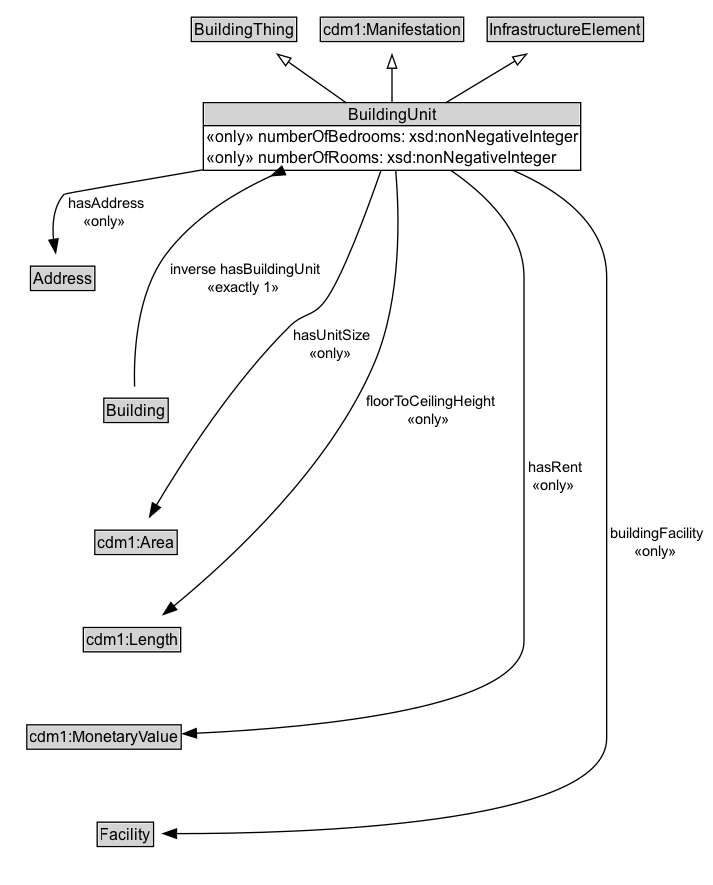
Earlier version of the Graphviz export docs/diagrams/BuildingUnit.dot.png (ISO-TC204/ontology-cdm-p2-v1). Its source is kept beside it as docs/diagrams/BuildingUnit.dot.
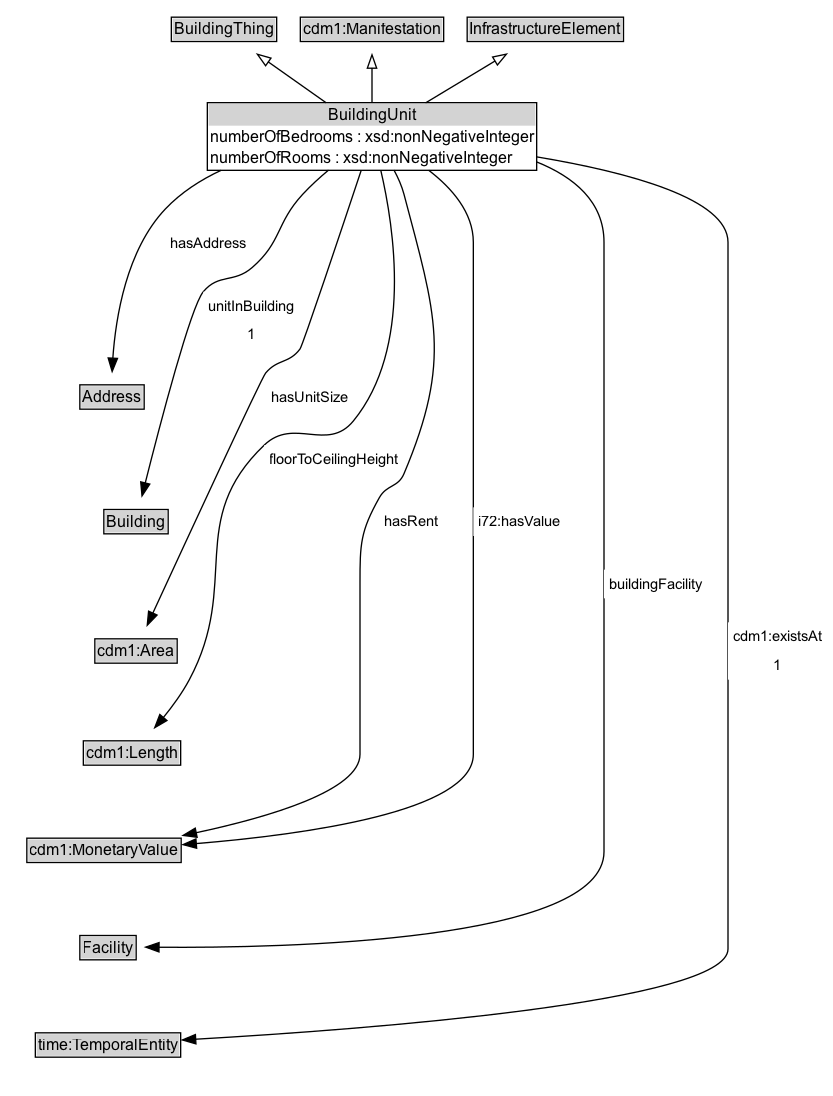
After the commit.

What changed in the source:
```diff
@@ -3,24 +3,28 @@
 	node [fontname=Arial fontsize=12 margin=0 shape=none]
 	edge [fontname=Arial fontsize=11]
 	{
+		rank=source
+		BuildingThing [label=<<TABLE BORDER="1" CELLBORDER="0" CELLSPACING="0" CELLPADDING="1"><TR><TD BGCOLOR="lightgray" ALIGN="CENTER">BuildingThing</TD></TR></TABLE>> URL="../BuildingThing" margin=0]
+		cdm1_Manifestation [label=<<TABLE BORDER="1" CELLBORDER="0" CELLSPACING="0" CELLPADDING="1"><TR><TD BGCOLOR="lightgray" ALIGN="CENTER">cdm1:Manifestation</TD></TR></TABLE>> URL="https://w3id.org/citydata/part1/v1/Manifestation" margin=0]
+		InfrastructureElement [label=<<TABLE BORDER="1" CELLBORDER="0" CELLSPACING="0" CELLPADDING="1"><TR><TD BGCOLOR="lightgray" ALIGN="CENTER">InfrastructureElement</TD></TR></TABLE>> URL="../InfrastructureElement" margin=0]
+	}
+	BuildingUnit [label=<<TABLE BORDER="1" CELLBORDER="0" CELLSPACING="0" CELLPADDING="1"><TR><TD BGCOLOR="lightgray" ALIGN="CENTER">BuildingUnit</TD></TR><TR><TD ALIGN="LEFT">numberOfBedrooms : xsd:nonNegativeInteger</TD></TR><TR><TD ALIGN="LEFT">numberOfRooms : xsd:nonNegativeInteger</TD></TR></TABLE>> URL="../BuildingUnit" margin=0]
+	{
 		rank=max
-		BuildingUnit [label=<<TABLE BORDER="1" CELLBORDER="0" CELLSPACING="0" CELLPADDING="1"><TR><TD BGCOLOR="lightgray" ALIGN="CENTER" PORT="e">BuildingUnit</TD></TR><HR/><TR><TD ALIGN="LEFT">«only» numberOfBedrooms: xsd:nonNegativeInteger</TD></TR><TR><TD ALIGN="LEFT">«only» numberOfRooms: xsd:nonNegativeInteger</TD></TR></TABLE>> URL="../BuildingUnit.md" margin=0]
 	}
 	subgraph cluster_associated {
 		label="" style=invis
 		Invis [label=<<TABLE BORDER="0" CELLBORDER="0" CELLSPACING="0" CELLPADDING="1"><TR><TD></TD></TR></TABLE>> margin=0 style=invis]
-		Address [label=<<TABLE BORDER="1" CELLBORDER="0" CELLSPACING="0" CELLPADDING="1"><TR><TD BGCOLOR="lightgray" ALIGN="CENTER">Address</TD></TR></TABLE>> URL="../Address.md" margin=0]
-		Building [label=<<TABLE BORDER="1" CELLBORDER="0" CELLSPACING="0" CELLPADDING="1"><TR><TD BGCOLOR="lightgray" ALIGN="CENTER">Building</TD></TR></TABLE>> URL="../Building.md" margin=0]
-		cdm1_Area [label=<<TABLE BORDER="1" CELLBORDER="0" CELLSPACING="0" CELLPADDING="1"><TR><TD BGCOLOR="lightgray" ALIGN="CENTER">cdm1:Area</TD></TR></TABLE>> margin=0]
-		cdm1_Length [label=<<TABLE BORDER="1" CELLBORDER="0" CELLSPACING="0" CELLPADDING="1"><TR><TD BGCOLOR="lightgray" ALIGN="CENTER">cdm1:Length</TD></TR></TABLE>> margin=0]
-		cdm1_MonetaryValue [label=<<TABLE BORDER="1" CELLBORDER="0" CELLSPACING="0" CELLPADDING="1"><TR><TD BGCOLOR="lightgray" ALIGN="CENTER">cdm1:MonetaryValue</TD></TR></TABLE>> margin=0]
-		Facility [label=<<TABLE BORDER="1" CELLBORDER="0" CELLSPACING="0" CELLPADDING="1"><TR><TD BGCOLOR="lightgray" ALIGN="CENTER">Facility</TD></TR></TABLE>> URL="../Facility.md" margin=0]
+		Address [label=<<TABLE BORDER="1" CELLBORDER="0" CELLSPACING="0" CELLPADDING="1"><TR><TD BGCOLOR="lightgray" ALIGN="CENTER">Address</TD></TR></TABLE>> URL="../Address" margin=0]
+		Building [label=<<TABLE BORDER="1" CELLBORDER="0" CELLSPACING="0" CELLPADDING="1"><TR><TD BGCOLOR="lightgray" ALIGN="CENTER">Building</TD></TR></TABLE>> URL="../Building" margin=0]
+		cdm1_Area [label=<<TABLE BORDER="1" CELLBORDER="0" CELLSPACING="0" CELLPADDING="1"><TR><TD BGCOLOR="lightgray" ALIGN="CENTER">cdm1:Area</TD></TR></TABLE>> URL="https://w3id.org/citydata/part1/v1/Area" margin=0]
+		cdm1_Length [label=<<TABLE BORDER="1" CELLBORDER="0" CELLSPACING="0" CELLPADDING="1"><TR><TD BGCOLOR="lightgray" ALIGN="CENTER">cdm1:Length</TD></TR></TABLE>> URL="https://w3id.org/citydata/part1/v1/Length" margin=0]
+		cdm1_MonetaryValue [label=<<TABLE BORDER="1" CELLBORDER="0" CELLSPACING="0" CELLPADDING="1"><TR><TD BGCOLOR="lightgray" ALIGN="CENTER">cdm1:MonetaryValue</TD></TR></TABLE>> URL="https://w3id.org/citydata/part1/v1/MonetaryValue" margin=0]
+		Facility [label=<<TABLE BORDER="1" CELLBORDER="0" CELLSPACING="0" CELLPADDING="1"><TR><TD BGCOLOR="lightgray" ALIGN="CENTER">Facility</TD></TR></TABLE>> URL="../Facility" margin=0]
+		time_TemporalEntity [label=<<TABLE BORDER="1" CELLBORDER="0" CELLSPACING="0" CELLPADDING="1"><TR><TD BGCOLOR="lightgray" ALIGN="CENTER">time:TemporalEntity</TD></TR></TABLE>> URL="https://w3id.org/citydata/imported/time/latest/TemporalEntity" margin=0]
 	}
-	BuildingThing [label=<<TABLE BORDER="1" CELLBORDER="0" CELLSPACING="0" CELLPADDING="1"><TR><TD BGCOLOR="lightgray" ALIGN="CENTER">BuildingThing</TD></TR></TABLE>> URL="../BuildingThing.md" margin=0]
 	BuildingUnit -> BuildingThing [arrowhead=onormal style=solid]
-	cdm1_Manifestation [label=<<TABLE BORDER="1" CELLBORDER="0" CELLSPACING="0" CELLPADDING="1"><TR><TD BGCOLOR="lightgray" ALIGN="CENTER">cdm1:Manifestation</TD></TR></TABLE>> margin=0]
 	BuildingUnit -> cdm1_Manifestation [arrowhead=onormal style=solid]
-	InfrastructureElement [label=<<TABLE BORDER="1" CELLBORDER="0" CELLSPACING="0" CELLPADDING="1"><TR><TD BGCOLOR="lightgray" ALIGN="CENTER">InfrastructureElement</TD></TR></TABLE>> URL="../InfrastructureElement.md" margin=0]
 	BuildingUnit -> InfrastructureElement [arrowhead=onormal style=solid]
 	BuildingUnit -> Invis [style=invis]
 	Invis -> Address [style=invis]
@@ -29,16 +33,20 @@
 	cdm1_Area -> cdm1_Length [style=invis]
 	cdm1_Length -> cdm1_MonetaryValue [style=invis]
 	cdm1_MonetaryValue -> Facility [style=invis]
-	BuildingUnit -> Facility [label=" buildingFacility
- «only»  " arrowhead=normal style=solid]
-	BuildingUnit -> cdm1_Length [label=" floorToCeilingHeight
- «only»  " arrowhead=normal style=solid]
-	BuildingUnit -> cdm1_MonetaryValue [label=" hasRent
- «only»  " arrowhead=normal style=solid]
-	BuildingUnit -> cdm1_Area [label=" hasUnitSize
- «only»  " arrowhead=normal style=solid]
-	BuildingUnit -> Address [label=" hasAddress
- «only»  " arrowhead=normal style=solid]
-	Building -> BuildingUnit [label=" inverse hasBuildingUnit
- «exactly 1»  " arrowhead=inv style=solid]
+	Facility -> time_TemporalEntity [style=invis]
+	time_TemporalEntity [label=<<TABLE BORDER="1" CELLBORDER="0" CELLSPACING="0" CELLPADDING="1"><TR><TD BGCOLOR="lightgray" ALIGN="CENTER">time:TemporalEntity</TD></TR></TABLE>> URL="https://w3id.org/citydata/imported/time/latest/TemporalEntity" margin=0]
+	BuildingUnit -> time_TemporalEntity [label=<<TABLE BORDER="0" CELLBORDER="0" CELLSPACING="0" CELLPADDING="4" BGCOLOR="white"><TR><TD ALIGN="CENTER">cdm1:existsAt</TD></TR><TR><TD ALIGN="CENTER">1</TD></TR></TABLE>> arrowhead=normal style=solid]
+	cdm1_MonetaryValue [label=<<TABLE BORDER="1" CELLBORDER="0" CELLSPACING="0" CELLPADDING="1"><TR><TD BGCOLOR="lightgray" ALIGN="CENTER">cdm1:MonetaryValue</TD></TR></TABLE>> URL="https://w3id.org/citydata/part1/v1/MonetaryValue" margin=0]
+	BuildingUnit -> cdm1_MonetaryValue [label=<<TABLE BORDER="0" CELLBORDER="0" CELLSPACING="0" CELLPADDING="4" BGCOLOR="white"><TR><TD ALIGN="CENTER">hasRent</TD></TR></TABLE>> arrowhead=normal style=solid]
+	Building [label=<<TABLE BORDER="1" CELLBORDER="0" CELLSPACING="0" CELLPADDING="1"><TR><TD BGCOLOR="lightgray" ALIGN="CENTER">Building</TD></TR></TABLE>> URL="../Building" margin=0]
+	BuildingUnit -> Building [label=<<TABLE BORDER="0" CELLBORDER="0" CELLSPACING="0" CELLPADDING="4" BGCOLOR="white"><TR><TD ALIGN="CENTER">unitInBuilding</TD></TR><TR><TD ALIGN="CENTER">1</TD></TR></TABLE>> arrowhead=normal style=solid]
+	Address [label=<<TABLE BORDER="1" CELLBORDER="0" CELLSPACING="0" CELLPADDING="1"><TR><TD BGCOLOR="lightgray" ALIGN="CENTER">Address</TD></TR></TABLE>> URL="../Address" margin=0]
+	BuildingUnit -> Address [label=<<TABLE BORDER="0" CELLBORDER="0" CELLSPACING="0" CELLPADDING="4" BGCOLOR="white"><TR><TD ALIGN="CENTER">hasAddress</TD></TR></TABLE>> arrowhead=normal style=solid]
+	cdm1_Length [label=<<TABLE BORDER="1" CELLBORDER="0" CELLSPACING="0" CELLPADDING="1"><TR><TD BGCOLOR="lightgray" ALIGN="CENTER">cdm1:Length</TD></TR></TABLE>> URL="https://w3id.org/citydata/part1/v1/Length" margin=0]
+	BuildingUnit -> cdm1_Length [label=<<TABLE BORDER="0" CELLBORDER="0" CELLSPACING="0" CELLPADDING="4" BGCOLOR="white"><TR><TD ALIGN="CENTER">floorToCeilingHeight</TD></TR></TABLE>> arrowhead=normal style=solid]
+	cdm1_Area [label=<<TABLE BORDER="1" CELLBORDER="0" CELLSPACING="0" CELLPADDING="1"><TR><TD BGCOLOR="lightgray" ALIGN="CENTER">cdm1:Area</TD></TR></TABLE>> URL="https://w3id.org/citydata/part1/v1/Area" margin=0]
+	BuildingUnit -> cdm1_Area [label=<<TABLE BORDER="0" CELLBORDER="0" CELLSPACING="0" CELLPADDING="4" BGCOLOR="white"><TR><TD ALIGN="CENTER">hasUnitSize</TD></TR></TABLE>> arrowhead=normal style=solid]
+	Facility [label=<<TABLE BORDER="1" CELLBORDER="0" CELLSPACING="0" CELLPADDING="1"><TR><TD BGCOLOR="lightgray" ALIGN="CENTER">Facility</TD></TR></TABLE>> URL="../Facility" margin=0]
+	BuildingUnit -> Facility [label=<<TABLE BORDER="0" CELLBORDER="0" CELLSPACING="0" CELLPADDING="4" BGCOLOR="white"><TR><TD ALIGN="CENTER">buildingFacility</TD></TR></TABLE>> arrowhead=normal style=solid]
+	BuildingUnit -> cdm1_MonetaryValue [label=<<TABLE BORDER="0" CELLBORDER="0" CELLSPACING="0" CELLPADDING="4" BGCOLOR="white"><TR><TD ALIGN="CENTER">i72:hasValue</TD></TR></TABLE>> arrowhead=normal style=solid]
 }
```
